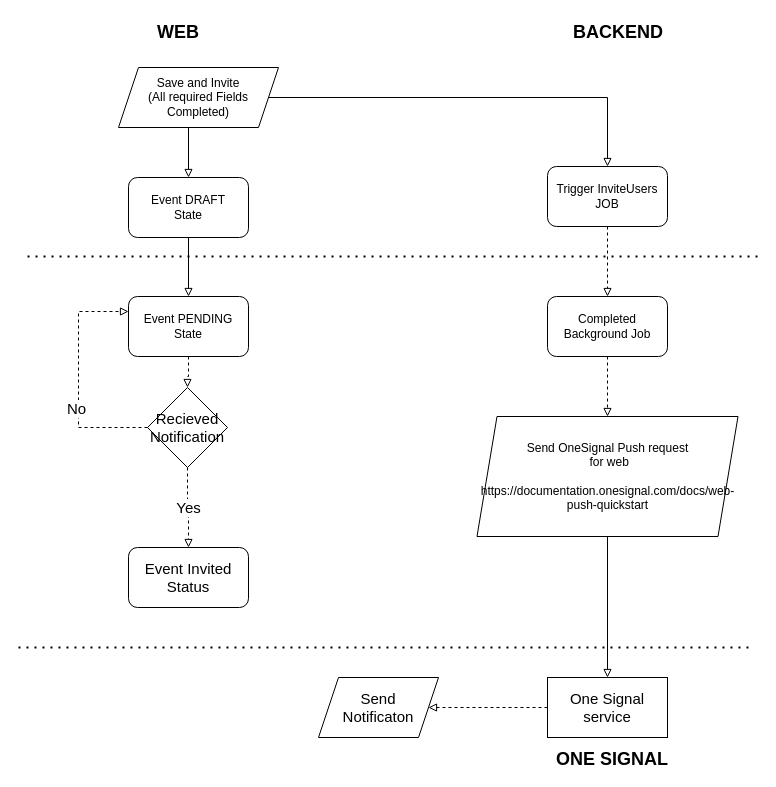
This is new-inviting-users-flow.drawio from heshanWick/superglu-diagrams, a draw.io file, before an edit. Source tidied: cells renumbered, new cells numbered last; positions are measured from the earlier drawing's top-left corner, leaving out a move shared by most shapes. Both pictures are drawn from the tidied source at 100%, with x=0, y=0 at pixel (18, 17).
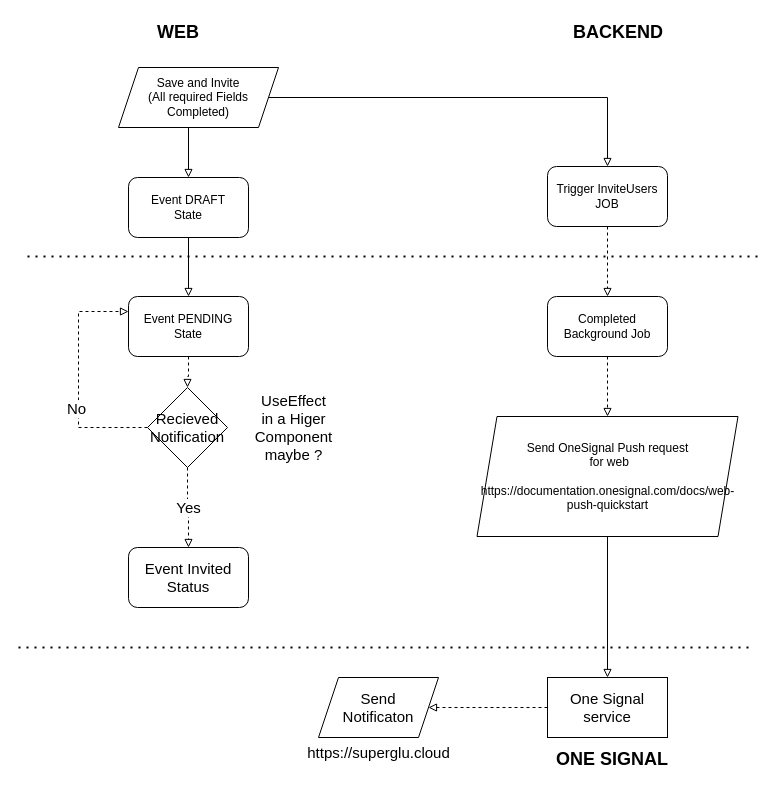
The same page after the edit.

Change to the diagram source:
```diff
@@
+    <mxCell id="28" value="https://superglu.cloud" style="text;html=1;align=center;verticalAlign=middle;strokeColor=none;fillColor=none;fontSize=15;" parent="1" vertex="1">
+      <mxGeometry x="285" y="725" width="150" height="20" as="geometry" />
+    </mxCell>
+    <mxCell id="29" value="&lt;div&gt;UseEffect &lt;br&gt;&lt;/div&gt;&lt;div&gt;in a Higer &lt;br&gt;&lt;/div&gt;&lt;div&gt;Component &lt;br&gt;&lt;/div&gt;&lt;div&gt;maybe ?&lt;/div&gt;" style="text;html=1;align=center;verticalAlign=middle;strokeColor=none;fillColor=none;fontSize=15;" parent="1" vertex="1">
+      <mxGeometry x="230" y="370" width="90" height="80" as="geometry" />
+    </mxCell>
```
